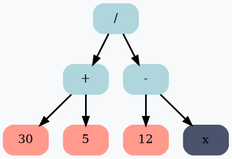
The Graphviz diagram Expression.png in RTCupid/Differentiator, before a commit. Its source is kept beside it as Expression.dot.
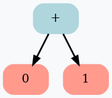
The same diagram one commit later.

What changed in the source:
```diff
@@ -1,17 +1,9 @@
 digraph G {
 	rankdir = HR;
 	bgcolor="#F7F9FB"
-	 node0x503000000190 [shape=Mrecord; style=filled; color="#aed6dc"; label =  "/ " ];
-	 node0x503000000190 -> node0x5030000000d0 [ style=bold; weight=1000; ];
-	 node0x503000000190 -> node0x503000000160 [ style=bold; weight=1000; ];
-	 node0x5030000000d0 [shape=Mrecord; style=filled; color="#aed6dc"; label =  "+ " ];
-	 node0x5030000000d0 -> node0x503000000070 [ style=bold; weight=1000; ];
-	 node0x5030000000d0 -> node0x5030000000a0 [ style=bold; weight=1000; ];
-	 node0x503000000070 [shape=Mrecord; style=filled; color="#ff9a8d"; label =  "30 " ];
-	 node0x5030000000a0 [shape=Mrecord; style=filled; color="#ff9a8d"; label =  "5 " ];
-	 node0x503000000160 [shape=Mrecord; style=filled; color="#aed6dc"; label =  "- " ];
-	 node0x503000000160 -> node0x503000000100 [ style=bold; weight=1000; ];
-	 node0x503000000160 -> node0x503000000130 [ style=bold; weight=1000; ];
-	 node0x503000000100 [shape=Mrecord; style=filled; color="#ff9a8d"; label =  "12 " ];
-	 node0x503000000130 [shape=Mrecord; style=filled; color="#4a536b"; label =  "x " ];
+	 node0x503000000130 [shape=Mrecord; style=filled; color="#aed6dc"; label =  "+ " ];
+	 node0x503000000130 -> node0x503000000100 [ style=bold; weight=1000; ];
+	 node0x503000000130 -> node0x5030000000d0 [ style=bold; weight=1000; ];
+	 node0x503000000100 [shape=Mrecord; style=filled; color="#ff9a8d"; label =  "0 " ];
+	 node0x5030000000d0 [shape=Mrecord; style=filled; color="#ff9a8d"; label =  "1 " ];
 }
```
